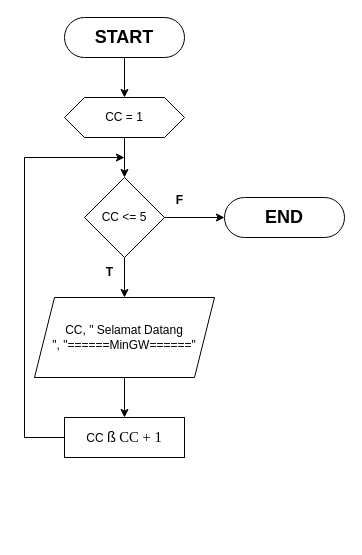
Earlier version of the draw.io diagram Cth2Prak04.drawio (xnoname2003/flowchart). Source tidied: cells renumbered, new cells numbered last; positions are measured from the earlier drawing's top-left corner, leaving out a move shared by most shapes. Both pictures are drawn from the tidied source at 100%, with x=0, y=0 at pixel (24, 17).
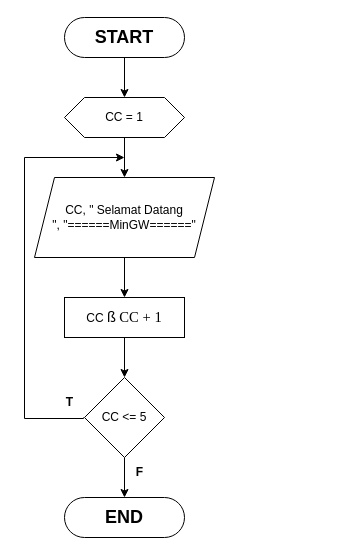
After the change.

The edit, as a diff of the source:
```diff
@@
 <mxGraphModel>
   <root>
     <mxCell id="0" />
     <mxCell id="1" parent="0" />
     <mxCell id="2" style="edgeStyle=orthogonalEdgeStyle;rounded=0;jettySize=auto;html=1;exitX=0.5;exitY=1;exitDx=0;exitDy=0;entryX=0.5;entryY=0;entryDx=0;entryDy=0;" parent="1" edge="1" source="3" target="6">
       <mxGeometry relative="1" as="geometry" />
     </mxCell>
     <mxCell id="3" value="&lt;b&gt;&lt;font style=&quot;font-size: 18px;&quot;&gt;START&lt;/font&gt;&lt;/b&gt;" style="rounded=1;whiteSpace=wrap;html=1;arcSize=50;" parent="1" vertex="1">
       <mxGeometry x="40" width="120" height="40" as="geometry" />
     </mxCell>
     <mxCell id="4" value="&lt;span style=&quot;font-size: 18px;&quot;&gt;&lt;b&gt;END&lt;/b&gt;&lt;/span&gt;" style="rounded=1;whiteSpace=wrap;html=1;arcSize=50;" parent="1" vertex="1">
-      <mxGeometry x="200" y="180" width="120" height="40" as="geometry" />
+      <mxGeometry x="40" y="480" width="120" height="40" as="geometry" />
     </mxCell>
-    <mxCell id="5" style="edgeStyle=orthogonalEdgeStyle;rounded=0;jettySize=auto;html=1;exitX=0.5;exitY=1;exitDx=0;exitDy=0;entryX=0.5;entryY=0;entryDx=0;entryDy=0;" parent="1" edge="1" source="6" target="9">
-      <mxGeometry relative="1" as="geometry" />
-    </mxCell>
+    <mxCell id="16" style="edgeStyle=orthogonalEdgeStyle;rounded=0;jettySize=auto;html=1;exitX=0.5;exitY=1;exitDx=0;exitDy=0;" parent="1" edge="1" source="6" target="11">
+      <mxGeometry relative="1" as="geometry" />
+    </mxCell>
     <mxCell id="6" value="CC = 1" style="shape=hexagon;perimeter=hexagonPerimeter2;whiteSpace=wrap;html=1;fixedSize=1;" parent="1" vertex="1">
       <mxGeometry x="40" y="80" width="120" height="40" as="geometry" />
     </mxCell>
-    <mxCell id="7" style="edgeStyle=orthogonalEdgeStyle;rounded=0;jettySize=auto;html=1;exitX=0.5;exitY=1;exitDx=0;exitDy=0;entryX=0.5;entryY=0;entryDx=0;entryDy=0;" parent="1" edge="1" source="9" target="11">
-      <mxGeometry relative="1" as="geometry" />
-    </mxCell>
-    <mxCell id="8" style="edgeStyle=orthogonalEdgeStyle;rounded=0;jettySize=auto;html=1;exitX=1;exitY=0.5;exitDx=0;exitDy=0;entryX=0;entryY=0.5;entryDx=0;entryDy=0;" parent="1" edge="1" source="9" target="4">
+    <mxCell id="8" style="edgeStyle=orthogonalEdgeStyle;rounded=0;jettySize=auto;html=1;exitX=0.5;exitY=1;exitDx=0;exitDy=0;" parent="1" edge="1" source="9" target="4">
       <mxGeometry relative="1" as="geometry" />
     </mxCell>
+    <mxCell id="17" style="edgeStyle=orthogonalEdgeStyle;rounded=0;orthogonalLoop=1;jettySize=auto;html=1;exitX=0;exitY=0.5;exitDx=0;exitDy=0;" parent="1" edge="1">
+      <mxGeometry relative="1" as="geometry">
+        <mxPoint x="59" y="400" as="sourcePoint" />
+        <mxPoint x="100" y="140" as="targetPoint" />
+        <Array as="points">
+          <mxPoint x="59" y="401" />
+          <mxPoint y="401" />
+          <mxPoint y="140" />
+        </Array>
+      </mxGeometry>
+    </mxCell>
     <mxCell id="9" value="CC &amp;lt;= 5" style="rhombus;whiteSpace=wrap;html=1;" parent="1" vertex="1">
-      <mxGeometry x="60" y="160" width="80" height="80" as="geometry" />
+      <mxGeometry x="60" y="360" width="80" height="80" as="geometry" />
     </mxCell>
-    <mxCell id="10" style="edgeStyle=orthogonalEdgeStyle;rounded=0;jettySize=auto;html=1;exitX=0.5;exitY=1;exitDx=0;exitDy=0;entryX=0.5;entryY=0;entryDx=0;entryDy=0;" parent="1" edge="1" source="11" target="13">
+    <mxCell id="10" style="edgeStyle=orthogonalEdgeStyle;rounded=0;jettySize=auto;html=1;exitX=0.5;exitY=1;exitDx=0;exitDy=0;" parent="1" edge="1" source="11" target="13">
       <mxGeometry relative="1" as="geometry" />
     </mxCell>
     <mxCell id="11" value="CC,&amp;nbsp;&quot; Selamat Datang &quot;,&amp;nbsp;&quot;======MinGW======&quot;" style="shape=parallelogram;perimeter=parallelogramPerimeter;whiteSpace=wrap;html=1;fixedSize=1;" parent="1" vertex="1">
-      <mxGeometry x="10" y="280" width="180" height="80" as="geometry" />
+      <mxGeometry x="10" y="160" width="180" height="80" as="geometry" />
     </mxCell>
-    <mxCell id="12" style="edgeStyle=orthogonalEdgeStyle;rounded=0;jettySize=auto;html=1;exitX=0;exitY=0.5;exitDx=0;exitDy=0;" parent="1" edge="1" source="13">
-      <mxGeometry relative="1" as="geometry">
-        <mxPoint x="100" y="140" as="targetPoint" />
-        <Array as="points">
-          <mxPoint y="420" />
-          <mxPoint y="140" />
-        </Array>
-      </mxGeometry>
-    </mxCell>
+    <mxCell id="18" style="edgeStyle=orthogonalEdgeStyle;rounded=0;jettySize=auto;html=1;exitX=0.5;exitY=1;exitDx=0;exitDy=0;entryX=0.5;entryY=0;entryDx=0;entryDy=0;" parent="1" edge="1" source="13" target="9">
+      <mxGeometry relative="1" as="geometry" />
+    </mxCell>
     <mxCell id="13" value="CC &lt;span style=&quot;font-size: 11pt; line-height: 107%; font-family: Wingdings;&quot; lang=&quot;EN-US&quot;&gt;ß&lt;/span&gt;&lt;span style=&quot;font-size: 9pt; line-height: 107%; font-family: Arial, sans-serif;&quot; lang=&quot;EN-US&quot;&gt; &lt;/span&gt;&lt;span style=&quot;font-size: 11pt; line-height: 107%; font-family: &amp;quot;Times New Roman&amp;quot;, serif;&quot;&gt;CC + 1&lt;/span&gt;" style="rounded=0;whiteSpace=wrap;html=1;" parent="1" vertex="1">
-      <mxGeometry x="40" y="400" width="120" height="40" as="geometry" />
+      <mxGeometry x="40" y="280" width="120" height="40" as="geometry" />
     </mxCell>
+    <mxCell id="15" value="&lt;b&gt;F&lt;/b&gt;" style="text;html=1;align=center;verticalAlign=middle;strokeColor=none;fillColor=none;" parent="1" vertex="1">
+      <mxGeometry x="100" y="440" width="30" height="30" as="geometry" />
+    </mxCell>
     <mxCell id="14" value="&lt;b&gt;T&lt;/b&gt;" style="text;html=1;align=center;verticalAlign=middle;strokeColor=none;fillColor=none;" parent="1" vertex="1">
-      <mxGeometry x="70" y="240" width="30" height="30" as="geometry" />
+      <mxGeometry x="30" y="370" width="30" height="30" as="geometry" />
     </mxCell>
-    <mxCell id="15" value="&lt;b&gt;F&lt;/b&gt;" style="text;html=1;align=center;verticalAlign=middle;strokeColor=none;fillColor=none;" parent="1" vertex="1">
-      <mxGeometry x="140" y="168" width="30" height="30" as="geometry" />
-    </mxCell>
   </root>
 </mxGraphModel>
```
